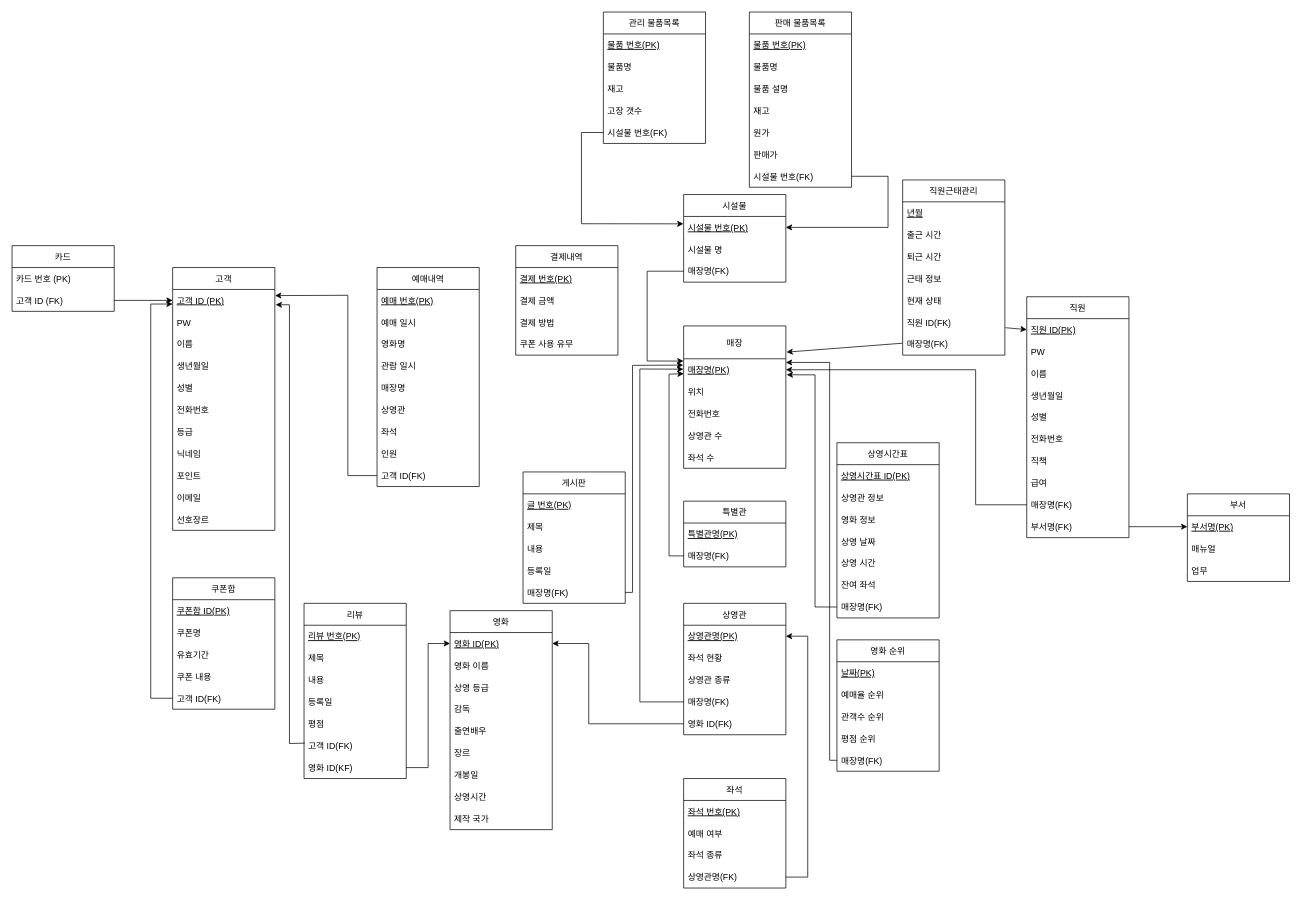
Earlier version of the draw.io diagram page "SKIMA" (2 of 2) of 영화관 merged.drawio (chacha0707/db). Source tidied: cells renumbered, new cells numbered last; positions are measured from the earlier drawing's top-left corner, leaving out a move shared by most shapes. Both pictures are drawn from the tidied source at 73%, with x=0, y=0 at pixel (12, 12).
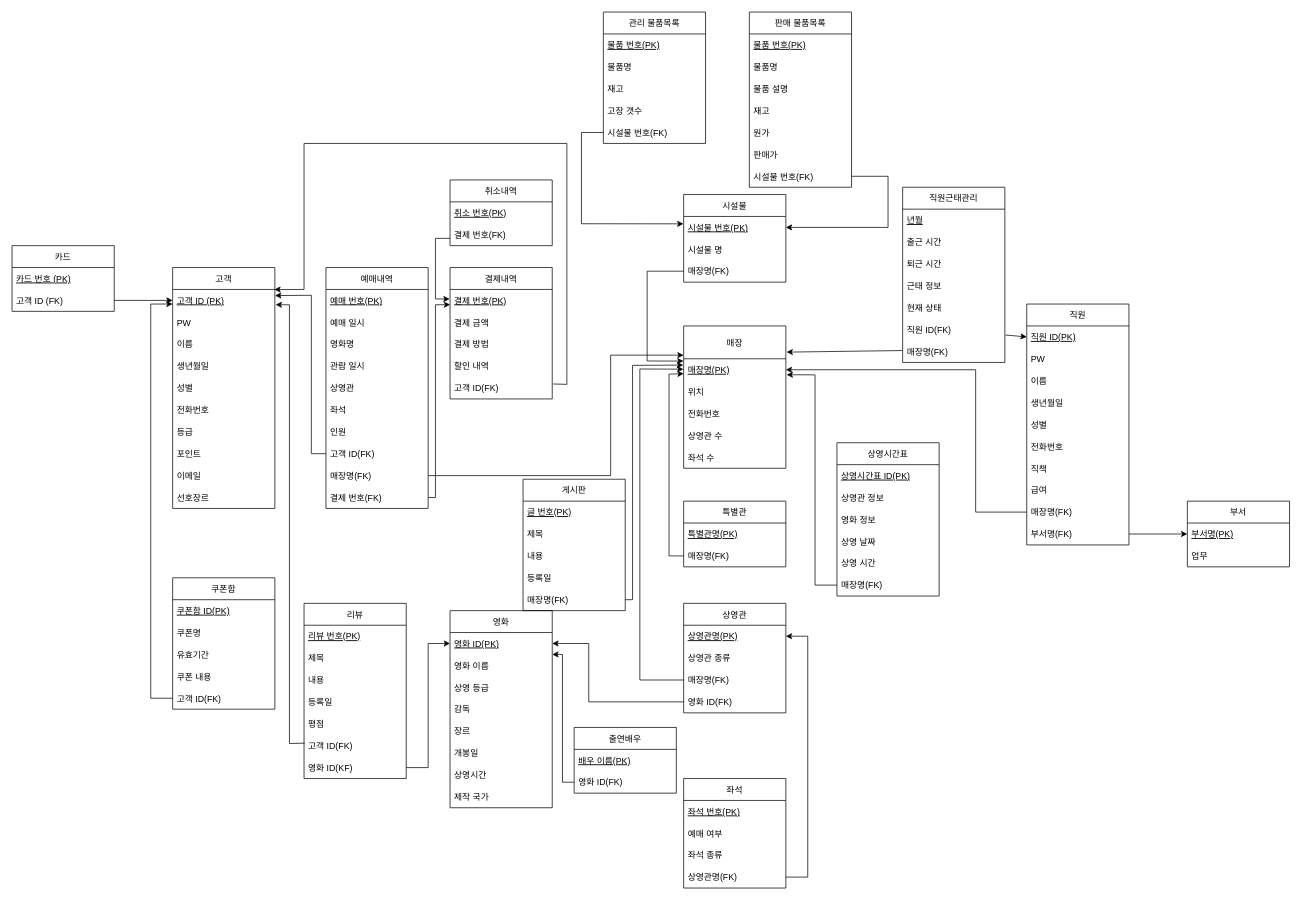
The same diagram, later.

Unchanged cells that the change refers to:
```xml
<mxCell id="2" value="카드" style="swimlane;fontStyle=0;horizontal=1;startSize=30;" parent="1" vertex="1">
  <mxGeometry y="320" width="140" height="90" as="geometry" />
</mxCell>
<mxCell id="6" value="영화 ID(PK)" style="text;strokeColor=none;fillColor=none;align=left;verticalAlign=middle;spacingLeft=4;spacingRight=4;overflow=hidden;points=[[0,0.5],[1,0.5]];portConstraint=eastwest;fontStyle=4;" parent="5" vertex="1">
  <mxGeometry y="30" width="140" height="30" as="geometry" />
</mxCell>
<mxCell id="29" value="매장" style="swimlane;fontStyle=0;horizontal=1;startSize=45;" parent="1" vertex="1">
  <mxGeometry x="920" y="430" width="140" height="195" as="geometry" />
</mxCell>
<mxCell id="30" value="매장명(PK)" style="text;strokeColor=none;fillColor=none;align=left;verticalAlign=middle;spacingLeft=4;spacingRight=4;overflow=hidden;points=[[0,0.5],[1,0.5]];portConstraint=eastwest;fontStyle=4;" parent="29" vertex="1">
  <mxGeometry y="45" width="140" height="30" as="geometry" />
</mxCell>
<mxCell id="44" value="매장명(FK)" style="text;strokeColor=none;fillColor=none;align=left;verticalAlign=middle;spacingLeft=4;spacingRight=4;overflow=hidden;points=[[0,0.5],[1,0.5]];portConstraint=eastwest;" parent="35" vertex="1">
  <mxGeometry y="270" width="140" height="30" as="geometry" />
</mxCell>
<mxCell id="55" value="매장명(FK)" style="text;strokeColor=none;fillColor=none;align=left;verticalAlign=middle;spacingLeft=4;spacingRight=4;overflow=hidden;points=[[0,0.5],[1,0.5]];portConstraint=eastwest;" parent="50" vertex="1">
  <mxGeometry y="150" width="140" height="30" as="geometry" />
</mxCell>
<mxCell id="62" value="고객 ID (PK)" style="text;strokeColor=none;fillColor=none;align=left;verticalAlign=middle;spacingLeft=4;spacingRight=4;overflow=hidden;points=[[0,0.5],[1,0.5]];portConstraint=eastwest;fontStyle=4;" parent="61" vertex="1">
  <mxGeometry y="30" width="140" height="30" as="geometry" />
</mxCell>
<mxCell id="102" value="결제 번호(PK)" style="text;strokeColor=none;fillColor=none;align=left;verticalAlign=middle;spacingLeft=4;spacingRight=4;overflow=hidden;points=[[0,0.5],[1,0.5]];portConstraint=eastwest;fontStyle=4;" parent="101" vertex="1">
  <mxGeometry y="30" width="140" height="30" as="geometry" />
</mxCell>
```

Diff of the diagram source:
```diff
@@
-    <mxCell id="3" value="카드 번호 (PK)" style="text;strokeColor=none;fillColor=none;align=left;verticalAlign=middle;spacingLeft=4;spacingRight=4;overflow=hidden;" parent="2" vertex="1">
+    <mxCell id="3" value="카드 번호 (PK)" style="text;strokeColor=none;fillColor=none;align=left;verticalAlign=middle;spacingLeft=4;spacingRight=4;overflow=hidden;fontStyle=4;" parent="2" vertex="1">
       <mxGeometry y="30" width="140" height="30" as="geometry" />
     </mxCell>
@@
     <mxCell id="5" value="영화" style="swimlane;fontStyle=0;horizontal=1;startSize=30;" parent="1" vertex="1">
-      <mxGeometry x="600" y="820" width="140" height="300" as="geometry" />
+      <mxGeometry x="600" y="820" width="140" height="270" as="geometry" />
     </mxCell>
@@
-    <mxCell id="10" value="출연배우" style="text;strokeColor=none;fillColor=none;align=left;verticalAlign=middle;spacingLeft=4;spacingRight=4;overflow=hidden;" parent="5" vertex="1">
-      <mxGeometry y="150" width="140" height="30" as="geometry" />
-    </mxCell>
     <mxCell id="11" value="장르" style="text;strokeColor=none;fillColor=none;align=left;verticalAlign=middle;spacingLeft=4;spacingRight=4;overflow=hidden;" parent="5" vertex="1">
-      <mxGeometry y="180" width="140" height="30" as="geometry" />
+      <mxGeometry y="150" width="140" height="30" as="geometry" />
     </mxCell>
     <mxCell id="12" value="개봉일" style="text;strokeColor=none;fillColor=none;align=left;verticalAlign=middle;spacingLeft=4;spacingRight=4;overflow=hidden;" parent="5" vertex="1">
-      <mxGeometry y="210" width="140" height="30" as="geometry" />
+      <mxGeometry y="180" width="140" height="30" as="geometry" />
     </mxCell>
     <mxCell id="13" value="상영시간" style="text;strokeColor=none;fillColor=none;align=left;verticalAlign=middle;spacingLeft=4;spacingRight=4;overflow=hidden;" parent="5" vertex="1">
-      <mxGeometry y="240" width="140" height="30" as="geometry" />
+      <mxGeometry y="210" width="140" height="30" as="geometry" />
     </mxCell>
     <mxCell id="14" value="제작 국가" style="text;strokeColor=none;fillColor=none;align=left;verticalAlign=middle;spacingLeft=4;spacingRight=4;overflow=hidden;" parent="5" vertex="1">
-      <mxGeometry y="270" width="140" height="30" as="geometry" />
+      <mxGeometry y="240" width="140" height="30" as="geometry" />
     </mxCell>
     <mxCell id="15" value="상영시간표" style="swimlane;fontStyle=0;horizontal=1;startSize=30;" parent="1" vertex="1">
-      <mxGeometry x="1130" y="590" width="140" height="240" as="geometry" />
+      <mxGeometry x="1130" y="590" width="140" height="210" as="geometry" />
     </mxCell>
@@
-    <mxCell id="21" value="잔여 좌석" style="text;strokeColor=none;fillColor=none;align=left;verticalAlign=middle;spacingLeft=4;spacingRight=4;overflow=hidden;" parent="15" vertex="1">
-      <mxGeometry y="180" width="140" height="30" as="geometry" />
-    </mxCell>
     <mxCell id="22" value="매장명(FK)" style="text;strokeColor=none;fillColor=none;align=left;verticalAlign=middle;spacingLeft=4;spacingRight=4;overflow=hidden;points=[[0,0.5],[1,0.5]];portConstraint=eastwest;" parent="15" vertex="1">
-      <mxGeometry y="210" width="140" height="30" as="geometry" />
+      <mxGeometry y="180" width="140" height="30" as="geometry" />
     </mxCell>
     <mxCell id="23" value="상영관" style="swimlane;fontStyle=0;horizontal=1;startSize=30;" parent="1" vertex="1">
-      <mxGeometry x="920" y="810" width="140" height="180" as="geometry" />
+      <mxGeometry x="920" y="810" width="140" height="150" as="geometry" />
     </mxCell>
@@
-    <mxCell id="25" value="좌석 현황" style="text;strokeColor=none;fillColor=none;align=left;verticalAlign=middle;spacingLeft=4;spacingRight=4;overflow=hidden;" parent="23" vertex="1">
-      <mxGeometry y="60" width="140" height="30" as="geometry" />
-    </mxCell>
     <mxCell id="26" value="상영관 종류" style="text;strokeColor=none;fillColor=none;align=left;verticalAlign=middle;spacingLeft=4;spacingRight=4;overflow=hidden;" parent="23" vertex="1">
-      <mxGeometry y="90" width="140" height="30" as="geometry" />
+      <mxGeometry y="60" width="140" height="30" as="geometry" />
     </mxCell>
     <mxCell id="27" value="매장명(FK)" style="text;strokeColor=none;fillColor=none;align=left;verticalAlign=middle;spacingLeft=4;spacingRight=4;overflow=hidden;points=[[0,0.5],[1,0.5]];portConstraint=eastwest;" parent="23" vertex="1">
-      <mxGeometry y="120" width="140" height="30" as="geometry" />
+      <mxGeometry y="90" width="140" height="30" as="geometry" />
     </mxCell>
     <mxCell id="28" value="영화 ID(FK)" style="text;strokeColor=none;fillColor=none;align=left;verticalAlign=middle;spacingLeft=4;spacingRight=4;overflow=hidden;points=[[0,0.5],[1,0.5]];portConstraint=eastwest;" parent="23" vertex="1">
-      <mxGeometry y="150" width="140" height="30" as="geometry" />
+      <mxGeometry y="120" width="140" height="30" as="geometry" />
     </mxCell>
@@
     <mxCell id="35" value="직원" style="swimlane;fontStyle=0;horizontal=1;startSize=30;" parent="1" vertex="1">
-      <mxGeometry x="1390" y="390" width="140" height="330" as="geometry" />
+      <mxGeometry x="1390" y="400" width="140" height="330" as="geometry" />
     </mxCell>
@@
     <mxCell id="46" value="부서" style="swimlane;fontStyle=0;horizontal=1;startSize=30;" parent="1" vertex="1">
-      <mxGeometry x="1610" y="660" width="140" height="120" as="geometry" />
+      <mxGeometry x="1610" y="670" width="140" height="90" as="geometry" />
     </mxCell>
@@
-    <mxCell id="48" value="매뉴얼" style="text;strokeColor=none;fillColor=none;align=left;verticalAlign=middle;spacingLeft=4;spacingRight=4;overflow=hidden;fontStyle=0;" parent="46" vertex="1">
-      <mxGeometry y="60" width="140" height="30" as="geometry" />
-    </mxCell>
     <mxCell id="49" value="업무" style="text;strokeColor=none;fillColor=none;align=left;verticalAlign=middle;spacingLeft=4;spacingRight=4;overflow=hidden;" parent="46" vertex="1">
-      <mxGeometry y="90" width="140" height="30" as="geometry" />
+      <mxGeometry y="60" width="140" height="30" as="geometry" />
     </mxCell>
     <mxCell id="50" value="게시판" style="swimlane;fontStyle=0;horizontal=1;startSize=30;" parent="1" vertex="1">
-      <mxGeometry x="700" y="630" width="140" height="180" as="geometry" />
+      <mxGeometry x="700" y="640" width="140" height="180" as="geometry" />
     </mxCell>
@@
     <mxCell id="61" value="고객" style="swimlane;fontStyle=0;horizontal=1;startSize=30;" parent="1" vertex="1">
-      <mxGeometry x="220" y="350" width="140" height="360" as="geometry" />
+      <mxGeometry x="220" y="350" width="140" height="330" as="geometry" />
     </mxCell>
@@
-    <mxCell id="69" value="닉네임" style="text;strokeColor=none;fillColor=none;align=left;verticalAlign=middle;spacingLeft=4;spacingRight=4;overflow=hidden;" parent="61" vertex="1">
-      <mxGeometry y="240" width="140" height="30" as="geometry" />
-    </mxCell>
     <mxCell id="70" value="포인트" style="text;strokeColor=none;fillColor=none;align=left;verticalAlign=middle;spacingLeft=4;spacingRight=4;overflow=hidden;" parent="61" vertex="1">
-      <mxGeometry y="270" width="140" height="30" as="geometry" />
+      <mxGeometry y="240" width="140" height="30" as="geometry" />
     </mxCell>
     <mxCell id="71" value="이메일" style="text;strokeColor=none;fillColor=none;align=left;verticalAlign=middle;spacingLeft=4;spacingRight=4;overflow=hidden;" parent="61" vertex="1">
-      <mxGeometry y="300" width="140" height="30" as="geometry" />
+      <mxGeometry y="270" width="140" height="30" as="geometry" />
     </mxCell>
     <mxCell id="72" value="선호장르" style="text;strokeColor=none;fillColor=none;align=left;verticalAlign=middle;spacingLeft=4;spacingRight=4;overflow=hidden;" parent="61" vertex="1">
-      <mxGeometry y="330" width="140" height="30" as="geometry" />
+      <mxGeometry y="300" width="140" height="30" as="geometry" />
     </mxCell>
@@
     <mxCell id="91" value="예매내역" style="swimlane;fontStyle=0;horizontal=1;startSize=30;" parent="1" vertex="1">
-      <mxGeometry x="500" y="350" width="140" height="300" as="geometry" />
+      <mxGeometry x="430" y="350" width="140" height="330" as="geometry" />
     </mxCell>
@@
-    <mxCell id="96" value="매장명" style="text;strokeColor=none;fillColor=none;align=left;verticalAlign=middle;spacingLeft=4;spacingRight=4;overflow=hidden;" parent="91" vertex="1">
-      <mxGeometry y="150" width="140" height="30" as="geometry" />
-    </mxCell>
     <mxCell id="97" value="상영관" style="text;strokeColor=none;fillColor=none;align=left;verticalAlign=middle;spacingLeft=4;spacingRight=4;overflow=hidden;" parent="91" vertex="1">
-      <mxGeometry y="180" width="140" height="30" as="geometry" />
+      <mxGeometry y="150" width="140" height="30" as="geometry" />
     </mxCell>
     <mxCell id="98" value="좌석" style="text;strokeColor=none;fillColor=none;align=left;verticalAlign=middle;spacingLeft=4;spacingRight=4;overflow=hidden;" parent="91" vertex="1">
-      <mxGeometry y="210" width="140" height="30" as="geometry" />
+      <mxGeometry y="180" width="140" height="30" as="geometry" />
     </mxCell>
     <mxCell id="99" value="인원" style="text;strokeColor=none;fillColor=none;align=left;verticalAlign=middle;spacingLeft=4;spacingRight=4;overflow=hidden;" parent="91" vertex="1">
-      <mxGeometry y="240" width="140" height="30" as="geometry" />
+      <mxGeometry y="210" width="140" height="30" as="geometry" />
     </mxCell>
     <mxCell id="100" value="고객 ID(FK)" style="text;strokeColor=none;fillColor=none;align=left;verticalAlign=middle;spacingLeft=4;spacingRight=4;overflow=hidden;points=[[0,0.5],[1,0.5]];portConstraint=eastwest;" parent="91" vertex="1">
-      <mxGeometry y="270" width="140" height="30" as="geometry" />
+      <mxGeometry y="240" width="140" height="30" as="geometry" />
     </mxCell>
+    <mxCell id="125" value="매장명(FK)" style="text;strokeColor=none;fillColor=none;align=left;verticalAlign=middle;spacingLeft=4;spacingRight=4;overflow=hidden;points=[[0,0.5],[1,0.5]];portConstraint=eastwest;" parent="91" vertex="1">
+      <mxGeometry y="270" width="140" height="30" as="geometry" />
+    </mxCell>
+    <mxCell id="156" value="결제 번호(FK)" style="text;strokeColor=none;fillColor=none;align=left;verticalAlign=middle;spacingLeft=4;spacingRight=4;overflow=hidden;points=[[0,0.5],[1,0.5]];portConstraint=eastwest;" parent="91" vertex="1">
+      <mxGeometry y="300" width="140" height="30" as="geometry" />
+    </mxCell>
     <mxCell id="101" value="결제내역" style="swimlane;fontStyle=0;horizontal=1;startSize=30;" parent="1" vertex="1">
-      <mxGeometry x="690" y="320" width="140" height="150" as="geometry" />
+      <mxGeometry x="600" y="350" width="140" height="180" as="geometry" />
     </mxCell>
@@
-    <mxCell id="105" value="쿠폰 사용 유무" style="text;strokeColor=none;fillColor=none;align=left;verticalAlign=middle;spacingLeft=4;spacingRight=4;overflow=hidden;" parent="101" vertex="1">
+    <mxCell id="105" value="할인 내역" style="text;strokeColor=none;fillColor=none;align=left;verticalAlign=middle;spacingLeft=4;spacingRight=4;overflow=hidden;" parent="101" vertex="1">
       <mxGeometry y="120" width="140" height="30" as="geometry" />
     </mxCell>
+    <mxCell id="157" value="고객 ID(FK)" style="text;strokeColor=none;fillColor=none;align=left;verticalAlign=middle;spacingLeft=4;spacingRight=4;overflow=hidden;points=[[0,0.5],[1,0.5]];portConstraint=eastwest;" parent="101" vertex="1">
+      <mxGeometry y="150" width="140" height="30" as="geometry" />
+    </mxCell>
@@
-    <mxCell id="120" value="영화 순위" style="swimlane;fontStyle=0;horizontal=1;startSize=30;" parent="1" vertex="1">
-      <mxGeometry x="1130" y="860" width="140" height="180" as="geometry" />
-    </mxCell>
-    <mxCell id="121" value="날짜(PK)" style="text;strokeColor=none;fillColor=none;align=left;verticalAlign=middle;spacingLeft=4;spacingRight=4;overflow=hidden;fontStyle=4;" parent="120" vertex="1">
-      <mxGeometry y="30" width="140" height="30" as="geometry" />
-    </mxCell>
-    <mxCell id="122" value="예매율 순위" style="text;strokeColor=none;fillColor=none;align=left;verticalAlign=middle;spacingLeft=4;spacingRight=4;overflow=hidden;" parent="120" vertex="1">
-      <mxGeometry y="60" width="140" height="30" as="geometry" />
-    </mxCell>
-    <mxCell id="123" value="관객수 순위" style="text;strokeColor=none;fillColor=none;align=left;verticalAlign=middle;spacingLeft=4;spacingRight=4;overflow=hidden;" parent="120" vertex="1">
-      <mxGeometry y="90" width="140" height="30" as="geometry" />
-    </mxCell>
-    <mxCell id="124" value="평점 순위" style="text;strokeColor=none;fillColor=none;align=left;verticalAlign=middle;spacingLeft=4;spacingRight=4;overflow=hidden;" parent="120" vertex="1">
-      <mxGeometry y="120" width="140" height="30" as="geometry" />
-    </mxCell>
-    <mxCell id="125" value="매장명(FK)" style="text;strokeColor=none;fillColor=none;align=left;verticalAlign=middle;spacingLeft=4;spacingRight=4;overflow=hidden;points=[[0,0.5],[1,0.5]];portConstraint=eastwest;" parent="120" vertex="1">
-      <mxGeometry y="150" width="140" height="30" as="geometry" />
-    </mxCell>
     <mxCell id="126" value="직원근태관리" style="swimlane;fontStyle=0;horizontal=1;startSize=30;" parent="1" vertex="1">
-      <mxGeometry x="1220" y="230" width="140" height="240" as="geometry" />
+      <mxGeometry x="1220" y="240" width="140" height="240" as="geometry" />
     </mxCell>
@@
     <mxCell id="137" style="endArrow=classic;html=1;rounded=0;strokeColor=#000000;exitX=0;exitY=0.5;exitDx=0;exitDy=0;" parent="1" edge="1" source="44">
       <mxGeometry relative="1" as="geometry">
         <mxPoint x="1060" y="490" as="targetPoint" />
         <Array as="points">
-          <mxPoint x="1320" y="675" />
+          <mxPoint x="1320" y="685" />
           <mxPoint x="1320" y="490" />
         </Array>
       </mxGeometry>
     </mxCell>
@@
     <mxCell id="139" style="endArrow=classic;html=1;rounded=0;strokeColor=#000000;exitX=0;exitY=0.5;exitDx=0;exitDy=0;entryX=-0.002;entryY=0.474;entryDx=0;entryDy=0;entryPerimeter=0;" parent="1" edge="1" source="27" target="30">
       <mxGeometry relative="1" as="geometry">
         <Array as="points">
-          <mxPoint x="860" y="945" />
+          <mxPoint x="860" y="915" />
           <mxPoint x="860" y="489" />
         </Array>
       </mxGeometry>
     </mxCell>
@@
     <mxCell id="141" style="endArrow=classic;html=1;rounded=0;strokeColor=#000000;exitX=0;exitY=0.5;exitDx=0;exitDy=0;entryX=1;entryY=0.5;entryDx=0;entryDy=0;" parent="1" edge="1" source="28" target="6">
       <mxGeometry relative="1" as="geometry">
         <Array as="points">
-          <mxPoint x="790" y="975" />
+          <mxPoint x="790" y="945" />
           <mxPoint x="790" y="865" />
         </Array>
       </mxGeometry>
     </mxCell>
@@
     <mxCell id="144" style="endArrow=classic;html=1;rounded=0;strokeColor=#000000;exitX=1;exitY=0.5;exitDx=0;exitDy=0;entryX=-0.004;entryY=0.288;entryDx=0;entryDy=0;entryPerimeter=0;" parent="1" edge="1" source="55" target="30">
       <mxGeometry relative="1" as="geometry">
         <Array as="points">
-          <mxPoint x="850" y="795" />
+          <mxPoint x="850" y="805" />
           <mxPoint x="850" y="484" />
         </Array>
       </mxGeometry>
     </mxCell>
     <mxCell id="145" style="endArrow=classic;html=1;rounded=0;strokeColor=#000000;exitX=0;exitY=0.5;exitDx=0;exitDy=0;entryX=1.008;entryY=0.729;entryDx=0;entryDy=0;entryPerimeter=0;" parent="1" edge="1" source="22" target="30">
       <mxGeometry relative="1" as="geometry">
         <Array as="points">
-          <mxPoint x="1100" y="815" />
+          <mxPoint x="1100" y="785" />
           <mxPoint x="1100" y="497" />
         </Array>
       </mxGeometry>
     </mxCell>
-    <mxCell id="146" style="endArrow=classic;html=1;rounded=0;strokeColor=#000000;exitX=0;exitY=0.5;exitDx=0;exitDy=0;entryX=1;entryY=0.167;entryDx=0;entryDy=0;entryPerimeter=0;" parent="1" edge="1" source="125" target="30">
-      <mxGeometry relative="1" as="geometry">
-        <Array as="points">
-          <mxPoint x="1120" y="1025" />
-          <mxPoint x="1120" y="480" />
-        </Array>
-      </mxGeometry>
-    </mxCell>
@@
     <mxCell id="149" style="endArrow=classic;html=1;rounded=0;strokeColor=#000000;exitX=0;exitY=0.5;exitDx=0;exitDy=0;entryX=1.002;entryY=0.281;entryDx=0;entryDy=0;entryPerimeter=0;" parent="1" edge="1" source="100" target="62">
       <mxGeometry relative="1" as="geometry">
         <Array as="points">
-          <mxPoint x="460" y="635" />
-          <mxPoint x="460" y="388" />
+          <mxPoint x="410" y="605" />
+          <mxPoint x="410" y="388" />
         </Array>
       </mxGeometry>
     </mxCell>
@@
+    <mxCell id="158" value="취소내역" style="swimlane;fontStyle=0;horizontal=1;startSize=30;strokeColor=#000000;" parent="1" vertex="1">
+      <mxGeometry x="600" y="230" width="140" height="90" as="geometry" />
+    </mxCell>
+    <mxCell id="159" value="취소 번호(PK)" style="text;strokeColor=none;fillColor=none;align=left;verticalAlign=middle;spacingLeft=4;spacingRight=4;overflow=hidden;fontStyle=4;" parent="158" vertex="1">
+      <mxGeometry y="30" width="140" height="30" as="geometry" />
+    </mxCell>
+    <mxCell id="160" value="결제 번호(FK)" style="text;strokeColor=none;fillColor=none;align=left;verticalAlign=middle;spacingLeft=4;spacingRight=4;overflow=hidden;points=[[0,0.5],[1,0.5]];portConstraint=eastwest;" parent="158" vertex="1">
+      <mxGeometry y="60" width="140" height="30" as="geometry" />
+    </mxCell>
+    <mxCell id="10" value="출연배우" style="swimlane;fontStyle=0;horizontal=1;startSize=30;strokeColor=#000000;" parent="1" vertex="1">
+      <mxGeometry x="770" y="980" width="140" height="90" as="geometry" />
+    </mxCell>
+    <mxCell id="161" value="배우 이름(PK)" style="text;strokeColor=none;fillColor=none;align=left;verticalAlign=middle;spacingLeft=4;spacingRight=4;overflow=hidden;fontStyle=4;" parent="10" vertex="1">
+      <mxGeometry y="30" width="140" height="30" as="geometry" />
+    </mxCell>
+    <mxCell id="162" value="영화 ID(FK)" style="text;strokeColor=none;fillColor=none;align=left;verticalAlign=middle;spacingLeft=4;spacingRight=4;overflow=hidden;points=[[0,0.5],[1,0.5]];portConstraint=eastwest;" parent="10" vertex="1">
+      <mxGeometry y="60" width="140" height="30" as="geometry" />
+    </mxCell>
+    <mxCell id="163" style="endArrow=classic;html=1;rounded=0;strokeColor=#000000;exitX=0;exitY=0.5;exitDx=0;exitDy=0;entryX=1;entryY=1;entryDx=0;entryDy=0;entryPerimeter=0;" parent="1" edge="1" source="162" target="6">
+      <mxGeometry relative="1" as="geometry">
+        <Array as="points">
+          <mxPoint x="754" y="1055" />
+          <mxPoint x="754" y="880" />
+        </Array>
+      </mxGeometry>
+    </mxCell>
+    <mxCell id="164" style="endArrow=classic;html=1;rounded=0;strokeColor=#000000;exitX=1;exitY=0.5;exitDx=0;exitDy=0;entryX=0;entryY=0.205;entryDx=0;entryDy=0;entryPerimeter=0;" parent="1" edge="1" source="125" target="29">
+      <mxGeometry relative="1" as="geometry">
+        <Array as="points">
+          <mxPoint x="820" y="635" />
+          <mxPoint x="820" y="470" />
+        </Array>
+      </mxGeometry>
+    </mxCell>
+    <mxCell id="165" style="endArrow=classic;html=1;rounded=0;strokeColor=#000000;exitX=0;exitY=0.667;exitDx=0;exitDy=0;exitPerimeter=0;entryX=-0.004;entryY=0.436;entryDx=0;entryDy=0;entryPerimeter=0;" parent="1" edge="1" source="160" target="102">
+      <mxGeometry relative="1" as="geometry">
+        <Array as="points">
+          <mxPoint x="580" y="310" />
+          <mxPoint x="580" y="393" />
+        </Array>
+      </mxGeometry>
+    </mxCell>
+    <mxCell id="166" style="endArrow=classic;html=1;rounded=0;strokeColor=#000000;exitX=1;exitY=0.5;exitDx=0;exitDy=0;entryX=0.001;entryY=0.695;entryDx=0;entryDy=0;entryPerimeter=0;" parent="1" edge="1" source="156" target="102">
+      <mxGeometry relative="1" as="geometry">
+        <Array as="points">
+          <mxPoint x="580" y="665" />
+          <mxPoint x="580" y="401" />
+        </Array>
+      </mxGeometry>
+    </mxCell>
+    <mxCell id="167" style="endArrow=classic;html=1;rounded=0;strokeColor=#000000;exitX=1.01;exitY=0.317;exitDx=0;exitDy=0;exitPerimeter=0;entryX=0.995;entryY=0.005;entryDx=0;entryDy=0;entryPerimeter=0;" parent="1" edge="1" source="157" target="62">
+      <mxGeometry relative="1" as="geometry">
+        <Array as="points">
+          <mxPoint x="760" y="510" />
+          <mxPoint x="760" y="180" />
+          <mxPoint x="400" y="180" />
+          <mxPoint x="400" y="380" />
+        </Array>
+      </mxGeometry>
+    </mxCell>
```
